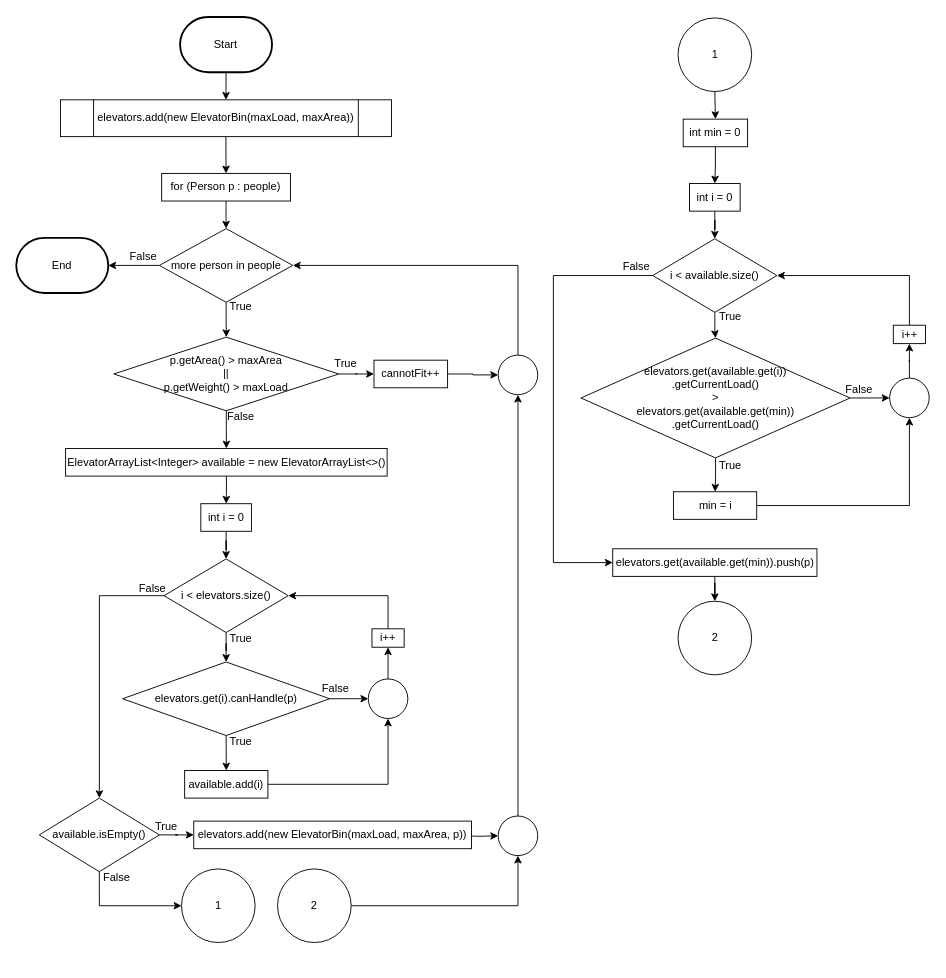
This is page "bestFit()" (2 of 5) of flowcharts/flowcharts.drawio from Violetlily6060/Algorithm, a draw.io file, before an edit. Source tidied: cells renumbered, new cells numbered last; positions are measured from the earlier drawing's top-left corner, leaving out a move shared by most shapes. Both pictures are drawn from the tidied source at 92%, with x=0, y=0 at pixel (16, 17).
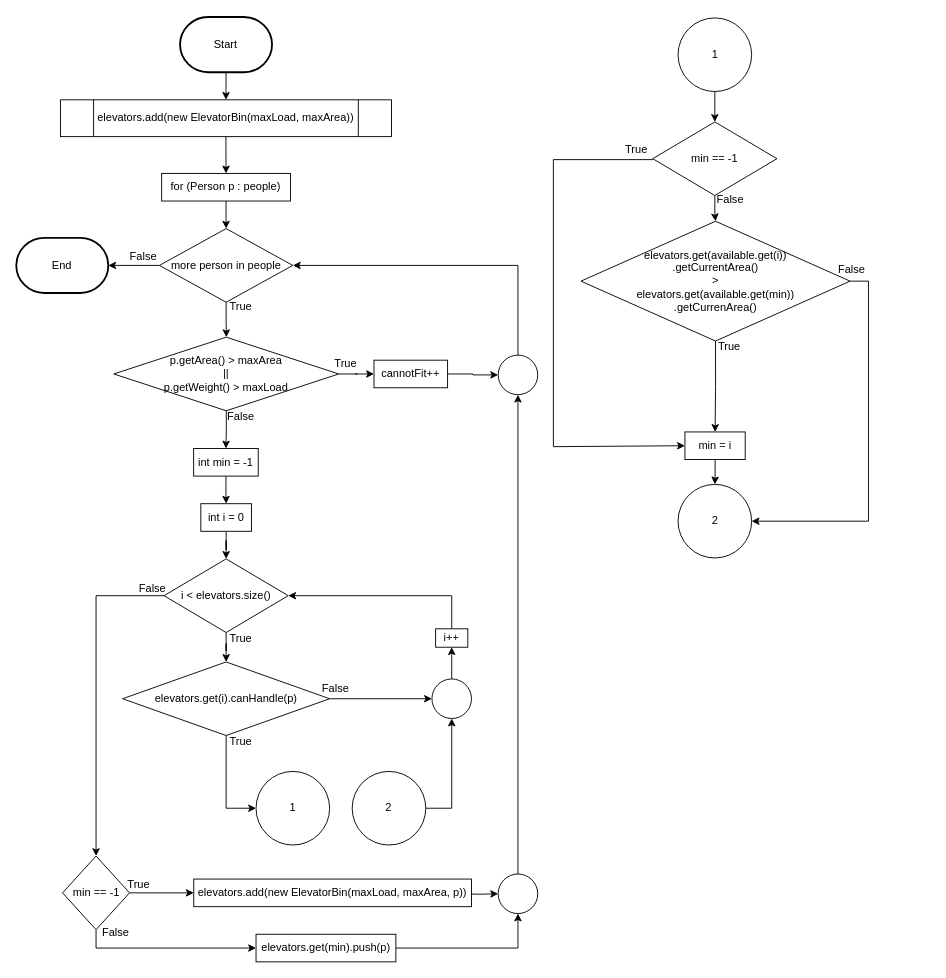
After the change.

The change refers to these unchanged cells:
```xml
<mxCell id="18" value="elevators.get(i).canHandle(p)" style="rhombus;whiteSpace=wrap;html=1;" parent="1" vertex="1">
  <mxGeometry x="115.8" y="701" width="225" height="80" as="geometry" />
</mxCell>
<mxCell id="64" value="1" style="ellipse;whiteSpace=wrap;html=1;" parent="1" vertex="1">
  <mxGeometry x="719.5" y="1" width="80" height="80" as="geometry" />
</mxCell>
```

Diff of the diagram source:
```diff
@@
-    <mxCell id="16" style="edgeStyle=orthogonalEdgeStyle;rounded=0;jettySize=auto;html=1;exitX=0.5;exitY=1;exitDx=0;exitDy=0;entryX=0.5;entryY=0;entryDx=0;entryDy=0;" parent="1" edge="1" source="18" target="20">
-      <mxGeometry relative="1" as="geometry" />
-    </mxCell>
@@
+    <mxCell id="80" style="edgeStyle=orthogonalEdgeStyle;rounded=0;jettySize=auto;html=1;exitX=0.5;exitY=1;exitDx=0;exitDy=0;entryX=0;entryY=0.5;entryDx=0;entryDy=0;" parent="1" edge="1" source="18" target="60">
+      <mxGeometry relative="1" as="geometry" />
+    </mxCell>
@@
-    <mxCell id="19" style="edgeStyle=orthogonalEdgeStyle;rounded=0;jettySize=auto;html=1;exitX=1;exitY=0.5;exitDx=0;exitDy=0;entryX=0.5;entryY=1;entryDx=0;entryDy=0;" parent="1" edge="1" source="20" target="33">
-      <mxGeometry relative="1" as="geometry" />
-    </mxCell>
-    <mxCell id="20" value="available.add(i)" style="rounded=0;whiteSpace=wrap;html=1;" parent="1" vertex="1">
-      <mxGeometry x="183.2" y="819" width="90.5" height="30" as="geometry" />
-    </mxCell>
@@
-    <mxCell id="22" value="ElevatorArrayList&amp;lt;Integer&amp;gt; available = new ElevatorArrayList&amp;lt;&amp;gt;()" style="rounded=0;whiteSpace=wrap;html=1;" parent="1" vertex="1">
-      <mxGeometry x="53.8" y="469" width="349.5" height="30" as="geometry" />
+    <mxCell id="22" value="int min = -1" style="rounded=0;whiteSpace=wrap;html=1;" parent="1" vertex="1">
+      <mxGeometry x="193" y="469" width="70.2" height="30" as="geometry" />
     </mxCell>
@@
     <mxCell id="24" value="i++" style="rounded=0;whiteSpace=wrap;html=1;" parent="1" vertex="1">
-      <mxGeometry x="386.8" y="665" width="35" height="20" as="geometry" />
+      <mxGeometry x="456" y="665" width="35" height="20" as="geometry" />
     </mxCell>
@@
     <mxCell id="33" style="ellipse;whiteSpace=wrap;html=1;" parent="1" vertex="1">
-      <mxGeometry x="382.8" y="719.5" width="43" height="43" as="geometry" />
+      <mxGeometry x="452" y="719.5" width="43" height="43" as="geometry" />
     </mxCell>
@@
-    <mxCell id="35" style="edgeStyle=orthogonalEdgeStyle;rounded=0;jettySize=auto;html=1;exitX=0.5;exitY=1;exitDx=0;exitDy=0;entryX=0;entryY=0.5;entryDx=0;entryDy=0;" parent="1" edge="1" source="36" target="60">
-      <mxGeometry relative="1" as="geometry" />
-    </mxCell>
+    <mxCell id="81" style="edgeStyle=orthogonalEdgeStyle;rounded=0;jettySize=auto;html=1;exitX=0.5;exitY=1;exitDx=0;exitDy=0;entryX=0;entryY=0.5;entryDx=0;entryDy=0;" parent="1" edge="1" source="36" target="87">
+      <mxGeometry relative="1" as="geometry" />
+    </mxCell>
-    <mxCell id="36" value="available.isEmpty()" style="rhombus;whiteSpace=wrap;html=1;" parent="1" vertex="1">
-      <mxGeometry x="25.2" y="849" width="130.5" height="80" as="geometry" />
+    <mxCell id="36" value="min == -1" style="rhombus;whiteSpace=wrap;html=1;" parent="1" vertex="1">
+      <mxGeometry x="50.5" y="912" width="72.8" height="80" as="geometry" />
     </mxCell>
     <mxCell id="37" style="edgeStyle=orthogonalEdgeStyle;rounded=0;jettySize=auto;html=1;" parent="1" edge="1" target="59">
       <mxGeometry relative="1" as="geometry">
-        <mxPoint x="483" y="890" as="sourcePoint" />
+        <mxPoint x="483" y="953" as="sourcePoint" />
       </mxGeometry>
     </mxCell>
     <mxCell id="38" value="elevators.add(new ElevatorBin(maxLoad, maxArea, p))" style="rounded=0;whiteSpace=wrap;html=1;" parent="1" vertex="1">
-      <mxGeometry x="193.1" y="874" width="301.9" height="30" as="geometry" />
+      <mxGeometry x="193.1" y="937" width="301.9" height="30" as="geometry" />
     </mxCell>
     <mxCell id="39" value="True" style="text;html=1;align=center;verticalAlign=middle;strokeColor=none;fillColor=none;" parent="1" vertex="1">
-      <mxGeometry x="138.2" y="865" width="50" height="30" as="geometry" />
+      <mxGeometry x="108.2" y="928" width="50" height="30" as="geometry" />
     </mxCell>
-    <mxCell id="40" style="edgeStyle=orthogonalEdgeStyle;rounded=0;jettySize=auto;html=1;exitX=0.5;exitY=1;exitDx=0;exitDy=0;entryX=0.5;entryY=0;entryDx=0;entryDy=0;" parent="1" edge="1" source="41" target="44">
-      <mxGeometry relative="1" as="geometry" />
-    </mxCell>
-    <mxCell id="41" value="int min = 0" style="rounded=0;whiteSpace=wrap;html=1;" parent="1" vertex="1">
-      <mxGeometry x="725.1" y="111" width="70" height="30" as="geometry" />
-    </mxCell>
     <mxCell id="42" value="False" style="text;html=1;align=center;verticalAlign=middle;strokeColor=none;fillColor=none;" parent="1" vertex="1">
-      <mxGeometry x="84.2" y="921" width="50" height="30" as="geometry" />
+      <mxGeometry x="83" y="980" width="50" height="30" as="geometry" />
     </mxCell>
-    <mxCell id="43" style="edgeStyle=orthogonalEdgeStyle;rounded=0;jettySize=auto;html=1;" parent="1" edge="1" source="44" target="47">
-      <mxGeometry relative="1" as="geometry" />
-    </mxCell>
-    <mxCell id="44" value="int i = 0" style="rounded=0;whiteSpace=wrap;html=1;" parent="1" vertex="1">
-      <mxGeometry x="732" y="181" width="55" height="30" as="geometry" />
-    </mxCell>
@@
     <mxCell id="46" style="edgeStyle=orthogonalEdgeStyle;rounded=0;jettySize=auto;html=1;exitX=0;exitY=0.5;exitDx=0;exitDy=0;entryX=0;entryY=0.5;entryDx=0;entryDy=0;" parent="1" edge="1" source="47" target="66">
       <mxGeometry relative="1" as="geometry">
         <Array as="points">
-          <mxPoint x="584" y="281" />
-          <mxPoint x="584" y="593" />
+          <mxPoint x="584" y="155" />
+          <mxPoint x="584" y="467" />
         </Array>
       </mxGeometry>
     </mxCell>
-    <mxCell id="47" value="i &amp;lt; available.size()" style="rhombus;whiteSpace=wrap;html=1;" parent="1" vertex="1">
-      <mxGeometry x="692" y="241" width="135" height="80" as="geometry" />
+    <mxCell id="47" value="min == -1" style="rhombus;whiteSpace=wrap;html=1;" parent="1" vertex="1">
+      <mxGeometry x="692" y="114" width="135" height="80" as="geometry" />
     </mxCell>
-    <mxCell id="48" style="edgeStyle=orthogonalEdgeStyle;rounded=0;jettySize=auto;html=1;" parent="1" edge="1" source="50" target="52">
-      <mxGeometry relative="1" as="geometry" />
-    </mxCell>
-    <mxCell id="49" style="edgeStyle=orthogonalEdgeStyle;rounded=0;jettySize=auto;html=1;" parent="1" edge="1" source="50" target="56">
-      <mxGeometry relative="1" as="geometry" />
-    </mxCell>
+    <mxCell id="82" style="edgeStyle=orthogonalEdgeStyle;rounded=0;jettySize=auto;html=1;exitX=0.5;exitY=1;exitDx=0;exitDy=0;" parent="1" edge="1" source="50" target="66">
+      <mxGeometry relative="1" as="geometry" />
+    </mxCell>
+    <mxCell id="83" style="edgeStyle=orthogonalEdgeStyle;rounded=0;jettySize=auto;html=1;exitX=1;exitY=0.5;exitDx=0;exitDy=0;entryX=1;entryY=0.5;entryDx=0;entryDy=0;" parent="1" edge="1" source="50" target="69">
+      <mxGeometry relative="1" as="geometry" />
+    </mxCell>
-    <mxCell id="50" value="elevators.get(available.get(i))&lt;div&gt;.getCurrentLoad()&lt;br&gt;&amp;gt;&lt;div&gt;elevators.get(available.get(min))&lt;/div&gt;&lt;div&gt;.getCurrentLoad()&lt;/div&gt;&lt;/div&gt;" style="rhombus;whiteSpace=wrap;html=1;" parent="1" vertex="1">
-      <mxGeometry x="614" y="349" width="292.5" height="130.2" as="geometry" />
+    <mxCell id="50" value="elevators.get(available.get(i))&lt;div&gt;.getCurrentArea()&lt;br&gt;&amp;gt;&lt;div&gt;elevators.get(available.get(min))&lt;/div&gt;&lt;div&gt;.getCurrenArea()&lt;/div&gt;&lt;/div&gt;" style="rhombus;whiteSpace=wrap;html=1;" parent="1" vertex="1">
+      <mxGeometry x="614" y="222" width="292.5" height="130.2" as="geometry" />
     </mxCell>
-    <mxCell id="51" style="edgeStyle=orthogonalEdgeStyle;rounded=0;jettySize=auto;html=1;exitX=1;exitY=0.5;exitDx=0;exitDy=0;entryX=0.5;entryY=1;entryDx=0;entryDy=0;" parent="1" edge="1" source="52" target="56">
-      <mxGeometry relative="1" as="geometry" />
-    </mxCell>
-    <mxCell id="52" value="min = i" style="rounded=0;whiteSpace=wrap;html=1;" parent="1" vertex="1">
-      <mxGeometry x="714.5" y="516" width="90.5" height="30" as="geometry" />
-    </mxCell>
-    <mxCell id="53" style="edgeStyle=orthogonalEdgeStyle;rounded=0;jettySize=auto;html=1;exitX=0.5;exitY=0;exitDx=0;exitDy=0;entryX=1;entryY=0.5;entryDx=0;entryDy=0;" parent="1" edge="1" source="54" target="47">
-      <mxGeometry relative="1" as="geometry" />
-    </mxCell>
-    <mxCell id="54" value="i++" style="rounded=0;whiteSpace=wrap;html=1;" parent="1" vertex="1">
-      <mxGeometry x="953.5" y="335" width="35" height="20" as="geometry" />
-    </mxCell>
-    <mxCell id="55" style="edgeStyle=orthogonalEdgeStyle;rounded=0;jettySize=auto;html=1;" parent="1" edge="1" source="56" target="54">
-      <mxGeometry relative="1" as="geometry" />
-    </mxCell>
-    <mxCell id="56" style="ellipse;whiteSpace=wrap;html=1;" parent="1" vertex="1">
-      <mxGeometry x="949.5" y="392.5" width="43" height="43" as="geometry" />
-    </mxCell>
@@
     <mxCell id="59" style="ellipse;whiteSpace=wrap;html=1;" parent="1" vertex="1">
-      <mxGeometry x="524" y="868.5" width="43" height="43" as="geometry" />
+      <mxGeometry x="524" y="931.5" width="43" height="43" as="geometry" />
     </mxCell>
     <mxCell id="60" value="1" style="ellipse;whiteSpace=wrap;html=1;" parent="1" vertex="1">
-      <mxGeometry x="179.8" y="926" width="80" height="80" as="geometry" />
+      <mxGeometry x="260.8" y="820" width="80" height="80" as="geometry" />
     </mxCell>
-    <mxCell id="61" style="edgeStyle=orthogonalEdgeStyle;rounded=0;jettySize=auto;html=1;exitX=1;exitY=0.5;exitDx=0;exitDy=0;entryX=0.5;entryY=1;entryDx=0;entryDy=0;" parent="1" edge="1" source="62" target="59">
-      <mxGeometry relative="1" as="geometry" />
-    </mxCell>
+    <mxCell id="84" style="edgeStyle=orthogonalEdgeStyle;rounded=0;jettySize=auto;html=1;exitX=1;exitY=0.5;exitDx=0;exitDy=0;entryX=0.5;entryY=1;entryDx=0;entryDy=0;" parent="1" edge="1" source="62" target="33">
+      <mxGeometry relative="1" as="geometry" />
+    </mxCell>
     <mxCell id="62" value="2" style="ellipse;whiteSpace=wrap;html=1;" parent="1" vertex="1">
-      <mxGeometry x="284.2" y="926" width="80" height="80" as="geometry" />
+      <mxGeometry x="365.3" y="820" width="80" height="80" as="geometry" />
     </mxCell>
-    <mxCell id="63" style="edgeStyle=orthogonalEdgeStyle;rounded=0;jettySize=auto;html=1;exitX=0.5;exitY=1;exitDx=0;exitDy=0;entryX=0.5;entryY=0;entryDx=0;entryDy=0;" parent="1" edge="1" source="64" target="41">
-      <mxGeometry relative="1" as="geometry" />
-    </mxCell>
+    <mxCell id="85" style="edgeStyle=orthogonalEdgeStyle;rounded=0;jettySize=auto;html=1;exitX=0.5;exitY=1;exitDx=0;exitDy=0;entryX=0.5;entryY=0;entryDx=0;entryDy=0;" parent="1" edge="1" source="64" target="47">
+      <mxGeometry relative="1" as="geometry" />
+    </mxCell>
@@
-    <mxCell id="66" value="elevators.get(available.get(min)).push(p)" style="rounded=0;whiteSpace=wrap;html=1;" parent="1" vertex="1">
-      <mxGeometry x="648.5" y="578" width="222" height="30" as="geometry" />
+    <mxCell id="66" value="min = i" style="rounded=0;whiteSpace=wrap;html=1;" parent="1" vertex="1">
+      <mxGeometry x="727" y="451" width="65.5" height="30" as="geometry" />
     </mxCell>
     <mxCell id="67" value="True" style="text;html=1;align=center;verticalAlign=middle;strokeColor=none;fillColor=none;" parent="1" vertex="1">
-      <mxGeometry x="751" y="473" width="50" height="30" as="geometry" />
+      <mxGeometry x="749.5" y="343" width="50" height="30" as="geometry" />
     </mxCell>
     <mxCell id="68" value="False" style="text;html=1;align=center;verticalAlign=middle;strokeColor=none;fillColor=none;" parent="1" vertex="1">
-      <mxGeometry x="891" y="390" width="50" height="30" as="geometry" />
+      <mxGeometry x="883" y="260" width="50" height="30" as="geometry" />
     </mxCell>
     <mxCell id="69" value="2" style="ellipse;whiteSpace=wrap;html=1;" parent="1" vertex="1">
-      <mxGeometry x="719.5" y="635" width="80" height="80" as="geometry" />
+      <mxGeometry x="719.5" y="508" width="80" height="80" as="geometry" />
     </mxCell>
-    <mxCell id="70" value="True" style="text;html=1;align=center;verticalAlign=middle;strokeColor=none;fillColor=none;" parent="1" vertex="1">
-      <mxGeometry x="751" y="311" width="50" height="30" as="geometry" />
+    <mxCell id="70" value="False" style="text;html=1;align=center;verticalAlign=middle;strokeColor=none;fillColor=none;" parent="1" vertex="1">
+      <mxGeometry x="751" y="184" width="50" height="30" as="geometry" />
     </mxCell>
-    <mxCell id="71" value="False" style="text;html=1;align=center;verticalAlign=middle;strokeColor=none;fillColor=none;" parent="1" vertex="1">
-      <mxGeometry x="648.5" y="256" width="50" height="30" as="geometry" />
+    <mxCell id="71" value="True" style="text;html=1;align=center;verticalAlign=middle;strokeColor=none;fillColor=none;" parent="1" vertex="1">
+      <mxGeometry x="648.5" y="129" width="50" height="30" as="geometry" />
     </mxCell>
@@
+    <mxCell id="86" style="edgeStyle=orthogonalEdgeStyle;rounded=0;jettySize=auto;html=1;exitX=1;exitY=0.5;exitDx=0;exitDy=0;entryX=0.5;entryY=1;entryDx=0;entryDy=0;" parent="1" edge="1" source="87" target="59">
+      <mxGeometry relative="1" as="geometry" />
+    </mxCell>
+    <mxCell id="87" value="elevators.get(min).push(p)" style="rounded=0;whiteSpace=wrap;html=1;" parent="1" vertex="1">
+      <mxGeometry x="260.8" y="997" width="152" height="30" as="geometry" />
+    </mxCell>
```
